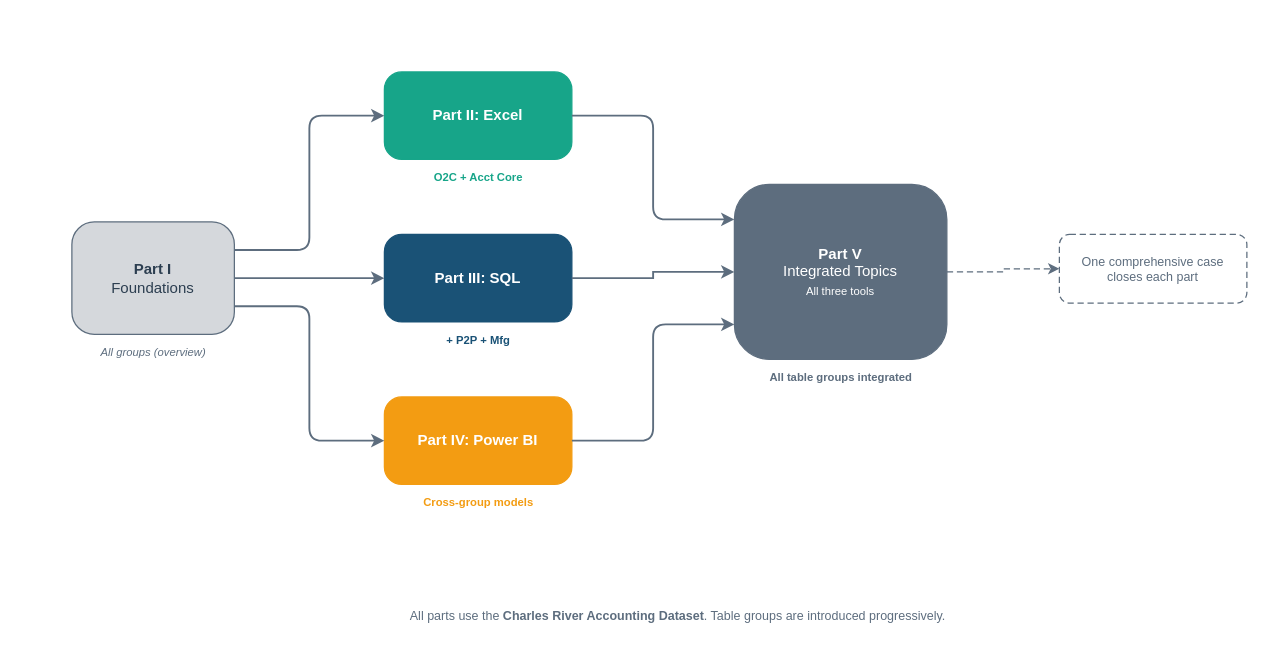
Above: visuals/src/fig-01-08-book-organization-map.drawio in mmcodesso/Accounting_Analytics_Book (draw.io), before the change. Source tidied: cells renumbered, new cells numbered last; positions are measured from the earlier drawing's top-left corner, leaving out a move shared by most shapes. Both pictures are drawn from the tidied source at 125%, with x=0, y=0 at pixel (71, 71).
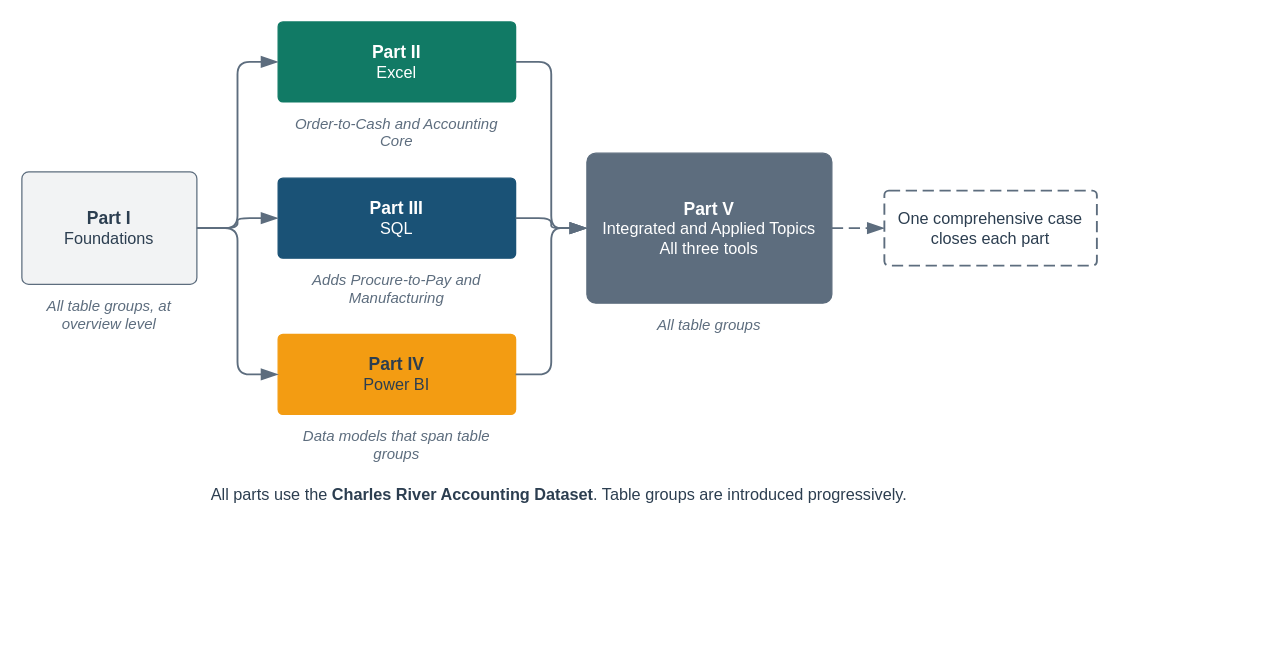
The same diagram, later.

What changed in the source:
```diff
@@
-<mxGraphModel>
+<mxGraphModel background="#FFFFFF">
@@
+    <mxCell id="21" style="rounded=0;html=1;fillColor=none;strokeColor=none;" parent="1" vertex="1">
+      <mxGeometry x="-40" y="-40" width="860" height="388" as="geometry" />
+    </mxCell>
-    <mxCell id="2" value="&lt;b&gt;Part I&lt;/b&gt;&lt;br&gt;Foundations" style="rounded=1;whiteSpace=wrap;html=1;fillColor=#D5D8DC;fontColor=#2C3E50;strokeColor=#5D6D7E;fontSize=12;fontFamily=Arial;arcSize=20;verticalAlign=middle;" parent="1" vertex="1">
-      <mxGeometry y="120" width="130" height="90" as="geometry" />
+    <mxCell id="2" value="&lt;font style=&quot;font-size:14px&quot;&gt;&lt;b&gt;Part I&lt;/b&gt;&lt;/font&gt;&lt;br&gt;&lt;font color=&quot;#2C3E50&quot;&gt;Foundations&lt;/font&gt;" style="rounded=1;arcSize=6;whiteSpace=wrap;html=1;fillColor=#F2F3F4;strokeColor=#5D6D7E;strokeWidth=1;fontColor=#2C3E50;fontSize=13;fontStyle=0;align=center;verticalAlign=middle;fontFamily=Helvetica;spacingLeft=6;spacingRight=6;" parent="1" vertex="1">
+      <mxGeometry x="-40" y="80" width="140" height="90" as="geometry" />
     </mxCell>
-    <mxCell id="3" value="All groups (overview)" style="text;html=1;align=center;verticalAlign=middle;fontColor=#5D6D7E;fontSize=9;fontStyle=2;fontFamily=Arial;" parent="1" vertex="1">
-      <mxGeometry y="215" width="130" height="20" as="geometry" />
-    </mxCell>
-    <mxCell id="4" value="&lt;b&gt;Part II: Excel&lt;/b&gt;" style="rounded=1;whiteSpace=wrap;html=1;fillColor=#17A589;fontColor=#FFFFFF;strokeColor=#17A589;fontSize=12;fontFamily=Arial;arcSize=20;verticalAlign=middle;" parent="1" vertex="1">
-      <mxGeometry x="250" width="150" height="70" as="geometry" />
-    </mxCell>
-    <mxCell id="5" value="O2C + Acct Core" style="text;html=1;align=center;verticalAlign=middle;fontColor=#17A589;fontSize=9;fontStyle=1;fontFamily=Arial;" parent="1" vertex="1">
-      <mxGeometry x="250" y="75" width="150" height="20" as="geometry" />
-    </mxCell>
-    <mxCell id="6" value="&lt;b&gt;Part III: SQL&lt;/b&gt;" style="rounded=1;whiteSpace=wrap;html=1;fillColor=#1A5276;fontColor=#FFFFFF;strokeColor=#1A5276;fontSize=12;fontFamily=Arial;arcSize=20;verticalAlign=middle;" parent="1" vertex="1">
-      <mxGeometry x="250" y="130" width="150" height="70" as="geometry" />
-    </mxCell>
-    <mxCell id="7" value="+ P2P + Mfg" style="text;html=1;align=center;verticalAlign=middle;fontColor=#1A5276;fontSize=9;fontStyle=1;fontFamily=Arial;" parent="1" vertex="1">
-      <mxGeometry x="250" y="205" width="150" height="20" as="geometry" />
-    </mxCell>
-    <mxCell id="8" value="&lt;b&gt;Part IV: Power BI&lt;/b&gt;" style="rounded=1;whiteSpace=wrap;html=1;fillColor=#F39C12;fontColor=#FFFFFF;strokeColor=#F39C12;fontSize=12;fontFamily=Arial;arcSize=20;verticalAlign=middle;" parent="1" vertex="1">
-      <mxGeometry x="250" y="260" width="150" height="70" as="geometry" />
-    </mxCell>
-    <mxCell id="9" value="Cross-group models" style="text;html=1;align=center;verticalAlign=middle;fontColor=#F39C12;fontSize=9;fontStyle=1;fontFamily=Arial;" parent="1" vertex="1">
-      <mxGeometry x="250" y="335" width="150" height="20" as="geometry" />
-    </mxCell>
-    <mxCell id="10" value="&lt;b&gt;Part V&lt;/b&gt;&lt;br&gt;Integrated Topics&lt;br&gt;&lt;font style='font-size:9px;color:#FFFFFF'&gt;All three tools&lt;/font&gt;" style="rounded=1;whiteSpace=wrap;html=1;fillColor=#5D6D7E;fontColor=#FFFFFF;strokeColor=#5D6D7E;fontSize=12;fontFamily=Arial;arcSize=20;verticalAlign=middle;" parent="1" vertex="1">
-      <mxGeometry x="530" y="90" width="170" height="140" as="geometry" />
-    </mxCell>
-    <mxCell id="11" value="All table groups integrated" style="text;html=1;align=center;verticalAlign=middle;fontColor=#5D6D7E;fontSize=9;fontStyle=1;fontFamily=Arial;" parent="1" vertex="1">
-      <mxGeometry x="530" y="235" width="170" height="20" as="geometry" />
-    </mxCell>
+    <mxCell id="22" value="&lt;i&gt;All table groups, at overview level&lt;/i&gt;" style="text;html=1;whiteSpace=wrap;align=center;verticalAlign=top;fontSize=12;fontColor=#5D6D7E;fontStyle=0;fontFamily=Helvetica;spacing=2;fillColor=none;strokeColor=none;" parent="1" vertex="1">
+      <mxGeometry x="-40" y="174" width="140" height="36" as="geometry" />
+    </mxCell>
+    <mxCell id="23" value="&lt;font style=&quot;font-size:14px&quot;&gt;&lt;b&gt;Part II&lt;/b&gt;&lt;/font&gt;&lt;br&gt;&lt;font color=&quot;#FFFFFF&quot;&gt;Excel&lt;/font&gt;" style="rounded=1;arcSize=6;whiteSpace=wrap;html=1;fillColor=#117A65;strokeColor=#117A65;strokeWidth=1;fontColor=#FFFFFF;fontSize=13;fontStyle=0;align=center;verticalAlign=middle;fontFamily=Helvetica;spacingLeft=6;spacingRight=6;" parent="1" vertex="1">
+      <mxGeometry x="165" y="-40" width="190" height="64" as="geometry" />
+    </mxCell>
+    <mxCell id="24" value="&lt;i&gt;Order-to-Cash and Accounting Core&lt;/i&gt;" style="text;html=1;whiteSpace=wrap;align=center;verticalAlign=top;fontSize=12;fontColor=#5D6D7E;fontStyle=0;fontFamily=Helvetica;spacing=2;fillColor=none;strokeColor=none;" parent="1" vertex="1">
+      <mxGeometry x="165" y="28" width="190" height="36" as="geometry" />
+    </mxCell>
+    <mxCell id="25" value="&lt;font style=&quot;font-size:14px&quot;&gt;&lt;b&gt;Part III&lt;/b&gt;&lt;/font&gt;&lt;br&gt;&lt;font color=&quot;#FFFFFF&quot;&gt;SQL&lt;/font&gt;" style="rounded=1;arcSize=6;whiteSpace=wrap;html=1;fillColor=#1A5276;strokeColor=#1A5276;strokeWidth=1;fontColor=#FFFFFF;fontSize=13;fontStyle=0;align=center;verticalAlign=middle;fontFamily=Helvetica;spacingLeft=6;spacingRight=6;" parent="1" vertex="1">
+      <mxGeometry x="165" y="85" width="190" height="64" as="geometry" />
+    </mxCell>
+    <mxCell id="26" value="&lt;i&gt;Adds Procure-to-Pay and Manufacturing&lt;/i&gt;" style="text;html=1;whiteSpace=wrap;align=center;verticalAlign=top;fontSize=12;fontColor=#5D6D7E;fontStyle=0;fontFamily=Helvetica;spacing=2;fillColor=none;strokeColor=none;" parent="1" vertex="1">
+      <mxGeometry x="165" y="153" width="190" height="36" as="geometry" />
+    </mxCell>
+    <mxCell id="27" value="&lt;font style=&quot;font-size:14px&quot;&gt;&lt;b&gt;Part IV&lt;/b&gt;&lt;/font&gt;&lt;br&gt;&lt;font color=&quot;#2C3E50&quot;&gt;Power BI&lt;/font&gt;" style="rounded=1;arcSize=6;whiteSpace=wrap;html=1;fillColor=#F39C12;strokeColor=#F39C12;strokeWidth=1;fontColor=#2C3E50;fontSize=13;fontStyle=0;align=center;verticalAlign=middle;fontFamily=Helvetica;spacingLeft=6;spacingRight=6;" parent="1" vertex="1">
+      <mxGeometry x="165" y="210" width="190" height="64" as="geometry" />
+    </mxCell>
+    <mxCell id="28" value="&lt;i&gt;Data models that span table groups&lt;/i&gt;" style="text;html=1;whiteSpace=wrap;align=center;verticalAlign=top;fontSize=12;fontColor=#5D6D7E;fontStyle=0;fontFamily=Helvetica;spacing=2;fillColor=none;strokeColor=none;" parent="1" vertex="1">
+      <mxGeometry x="165" y="278" width="190" height="36" as="geometry" />
+    </mxCell>
+    <mxCell id="29" value="&lt;font style=&quot;font-size:14px&quot;&gt;&lt;b&gt;Part V&lt;/b&gt;&lt;/font&gt;&lt;br&gt;&lt;font color=&quot;#FFFFFF&quot;&gt;Integrated and Applied Topics&lt;br&gt;All three tools&lt;/font&gt;" style="rounded=1;arcSize=6;whiteSpace=wrap;html=1;fillColor=#5D6D7E;strokeColor=#5D6D7E;strokeWidth=1;fontColor=#FFFFFF;fontSize=13;fontStyle=0;align=center;verticalAlign=middle;fontFamily=Helvetica;spacingLeft=6;spacingRight=6;" parent="1" vertex="1">
+      <mxGeometry x="412" y="65" width="196" height="120" as="geometry" />
+    </mxCell>
+    <mxCell id="30" value="&lt;i&gt;All table groups&lt;/i&gt;" style="text;html=1;whiteSpace=wrap;align=center;verticalAlign=top;fontSize=12;fontColor=#5D6D7E;fontStyle=0;fontFamily=Helvetica;spacing=2;fillColor=none;strokeColor=none;" parent="1" vertex="1">
+      <mxGeometry x="412" y="189" width="196" height="36" as="geometry" />
+    </mxCell>
-    <mxCell id="12" value="One comprehensive case&lt;br&gt;closes each part" style="rounded=1;whiteSpace=wrap;html=1;fillColor=none;fontColor=#5D6D7E;strokeColor=#5D6D7E;fontSize=10;fontFamily=Arial;dashed=1;dashPattern=5 3;verticalAlign=middle;" parent="1" vertex="1">
-      <mxGeometry x="790" y="130" width="150" height="55" as="geometry" />
+    <mxCell id="12" value="One comprehensive case closes each part" style="rounded=1;arcSize=6;whiteSpace=wrap;html=1;fillColor=#FFFFFF;strokeColor=#5D6D7E;strokeWidth=1.5;fontColor=#2C3E50;fontSize=13;fontStyle=0;align=center;verticalAlign=middle;fontFamily=Helvetica;spacingLeft=6;spacingRight=6;dashed=1;dashPattern=6 3;" parent="1" vertex="1">
+      <mxGeometry x="650" y="95" width="170" height="60" as="geometry" />
     </mxCell>
-    <mxCell id="13" style="edgeStyle=orthogonalEdgeStyle;rounded=1;strokeColor=#5D6D7E;strokeWidth=1.5;exitX=1;exitY=0.25;exitDx=0;exitDy=0;entryX=0;entryY=0.5;entryDx=0;entryDy=0;" parent="1" edge="1" source="2" target="4">
-      <mxGeometry relative="1" as="geometry" />
-    </mxCell>
-    <mxCell id="14" style="edgeStyle=orthogonalEdgeStyle;rounded=0;strokeColor=#5D6D7E;strokeWidth=1.5;exitX=1;exitY=0.5;exitDx=0;exitDy=0;entryX=0;entryY=0.5;entryDx=0;entryDy=0;" parent="1" edge="1" source="2" target="6">
-      <mxGeometry relative="1" as="geometry" />
-    </mxCell>
-    <mxCell id="15" style="edgeStyle=orthogonalEdgeStyle;rounded=1;strokeColor=#5D6D7E;strokeWidth=1.5;exitX=1;exitY=0.75;exitDx=0;exitDy=0;entryX=0;entryY=0.5;entryDx=0;entryDy=0;" parent="1" edge="1" source="2" target="8">
-      <mxGeometry relative="1" as="geometry" />
-    </mxCell>
-    <mxCell id="16" style="edgeStyle=orthogonalEdgeStyle;rounded=1;strokeColor=#5D6D7E;strokeWidth=1.5;exitX=1;exitY=0.5;exitDx=0;exitDy=0;entryX=0;entryY=0.2;entryDx=0;entryDy=0;" parent="1" edge="1" source="4" target="10">
-      <mxGeometry relative="1" as="geometry" />
-    </mxCell>
-    <mxCell id="17" style="edgeStyle=orthogonalEdgeStyle;rounded=0;strokeColor=#5D6D7E;strokeWidth=1.5;exitX=1;exitY=0.5;exitDx=0;exitDy=0;entryX=0;entryY=0.5;entryDx=0;entryDy=0;" parent="1" edge="1" source="6" target="10">
-      <mxGeometry relative="1" as="geometry" />
-    </mxCell>
-    <mxCell id="18" style="edgeStyle=orthogonalEdgeStyle;rounded=1;strokeColor=#5D6D7E;strokeWidth=1.5;exitX=1;exitY=0.5;exitDx=0;exitDy=0;entryX=0;entryY=0.8;entryDx=0;entryDy=0;" parent="1" edge="1" source="8" target="10">
-      <mxGeometry relative="1" as="geometry" />
-    </mxCell>
-    <mxCell id="19" style="edgeStyle=orthogonalEdgeStyle;rounded=0;strokeColor=#5D6D7E;strokeWidth=1;dashed=1;dashPattern=5 3;exitX=1;exitY=0.5;exitDx=0;exitDy=0;entryX=0;entryY=0.5;entryDx=0;entryDy=0;" parent="1" edge="1" source="10" target="12">
-      <mxGeometry relative="1" as="geometry" />
-    </mxCell>
+    <mxCell id="31" style="edgeStyle=orthogonalEdgeStyle;rounded=1;html=1;startArrow=none;endArrow=blockThin;startFill=0;endFill=1;startSize=10;endSize=10;strokeColor=#5D6D7E;strokeWidth=1.5;fontSize=12;fontColor=#2C3E50;fontFamily=Helvetica;labelBackgroundColor=#FFFFFF;exitX=1;exitY=0.5;exitDx=0;exitDy=0;entryX=0;entryY=0.5;entryDx=0;entryDy=0;" parent="1" edge="1" source="2" target="23">
+      <mxGeometry relative="1" as="geometry" />
+    </mxCell>
+    <mxCell id="32" style="edgeStyle=orthogonalEdgeStyle;rounded=1;html=1;startArrow=none;endArrow=blockThin;startFill=0;endFill=1;startSize=10;endSize=10;strokeColor=#5D6D7E;strokeWidth=1.5;fontSize=12;fontColor=#2C3E50;fontFamily=Helvetica;labelBackgroundColor=#FFFFFF;exitX=1;exitY=0.5;exitDx=0;exitDy=0;entryX=0;entryY=0.5;entryDx=0;entryDy=0;" parent="1" edge="1" source="23" target="29">
+      <mxGeometry relative="1" as="geometry" />
+    </mxCell>
+    <mxCell id="33" style="edgeStyle=orthogonalEdgeStyle;rounded=1;html=1;startArrow=none;endArrow=blockThin;startFill=0;endFill=1;startSize=10;endSize=10;strokeColor=#5D6D7E;strokeWidth=1.5;fontSize=12;fontColor=#2C3E50;fontFamily=Helvetica;labelBackgroundColor=#FFFFFF;exitX=1;exitY=0.5;exitDx=0;exitDy=0;entryX=0;entryY=0.5;entryDx=0;entryDy=0;" parent="1" edge="1" source="2" target="25">
+      <mxGeometry relative="1" as="geometry" />
+    </mxCell>
+    <mxCell id="34" style="edgeStyle=orthogonalEdgeStyle;rounded=1;html=1;startArrow=none;endArrow=blockThin;startFill=0;endFill=1;startSize=10;endSize=10;strokeColor=#5D6D7E;strokeWidth=1.5;fontSize=12;fontColor=#2C3E50;fontFamily=Helvetica;labelBackgroundColor=#FFFFFF;exitX=1;exitY=0.5;exitDx=0;exitDy=0;entryX=0;entryY=0.5;entryDx=0;entryDy=0;" parent="1" edge="1" source="25" target="29">
+      <mxGeometry relative="1" as="geometry" />
+    </mxCell>
+    <mxCell id="35" style="edgeStyle=orthogonalEdgeStyle;rounded=1;html=1;startArrow=none;endArrow=blockThin;startFill=0;endFill=1;startSize=10;endSize=10;strokeColor=#5D6D7E;strokeWidth=1.5;fontSize=12;fontColor=#2C3E50;fontFamily=Helvetica;labelBackgroundColor=#FFFFFF;exitX=1;exitY=0.5;exitDx=0;exitDy=0;entryX=0;entryY=0.5;entryDx=0;entryDy=0;" parent="1" edge="1" source="2" target="27">
+      <mxGeometry relative="1" as="geometry" />
+    </mxCell>
+    <mxCell id="36" style="edgeStyle=orthogonalEdgeStyle;rounded=1;html=1;startArrow=none;endArrow=blockThin;startFill=0;endFill=1;startSize=10;endSize=10;strokeColor=#5D6D7E;strokeWidth=1.5;fontSize=12;fontColor=#2C3E50;fontFamily=Helvetica;labelBackgroundColor=#FFFFFF;exitX=1;exitY=0.5;exitDx=0;exitDy=0;entryX=0;entryY=0.5;entryDx=0;entryDy=0;" parent="1" edge="1" source="27" target="29">
+      <mxGeometry relative="1" as="geometry" />
+    </mxCell>
+    <mxCell id="37" style="edgeStyle=orthogonalEdgeStyle;rounded=1;html=1;startArrow=none;endArrow=blockThin;startFill=0;endFill=1;startSize=10;endSize=10;strokeColor=#5D6D7E;strokeWidth=1.5;fontSize=12;fontColor=#2C3E50;fontFamily=Helvetica;labelBackgroundColor=#FFFFFF;dashed=1;dashPattern=6 3;exitX=1;exitY=0.5;exitDx=0;exitDy=0;entryX=0;entryY=0.5;entryDx=0;entryDy=0;" parent="1" edge="1" source="29" target="12">
+      <mxGeometry relative="1" as="geometry" />
+    </mxCell>
-    <mxCell id="20" value="&lt;font style='font-size:10px'&gt;All parts use the &lt;b&gt;Charles River Accounting Dataset&lt;/b&gt;. Table groups are introduced progressively.&lt;/font&gt;" style="text;html=1;align=center;verticalAlign=middle;fontColor=#5D6D7E;fontFamily=Arial;whiteSpace=wrap;" parent="1" vertex="1">
-      <mxGeometry x="160" y="420" width="650" height="30" as="geometry" />
+    <mxCell id="20" value="All parts use the &lt;b&gt;Charles River Accounting Dataset&lt;/b&gt;. Table groups are introduced progressively." style="text;html=1;whiteSpace=wrap;align=center;verticalAlign=top;fontSize=13;fontColor=#2C3E50;fontStyle=0;fontFamily=Helvetica;spacing=2;fillColor=none;strokeColor=none;" parent="1" vertex="1">
+      <mxGeometry x="-40" y="324" width="860" height="22" as="geometry" />
     </mxCell>
```
